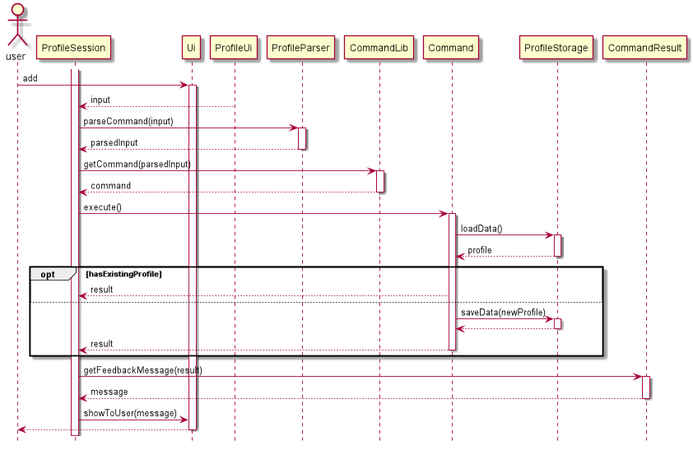
zsk612/tp keeps this PlantUML diagram as docs/pictures/khoa/AddProfile.png. Above is the earlier version. The source it was exported from:
```plantuml
@startuml
hide footbox

actor user
activate ProfileSession
user -> Ui++ : add
ProfileUi --> ProfileSession : input

ProfileSession -> ProfileParser ++ : parseCommand(input)
ProfileParser --> ProfileSession -- : parsedInput

ProfileSession -> CommandLib ++ : getCommand(parsedInput)
CommandLib --> ProfileSession -- : command

ProfileSession -> Command ++ : execute()
Command -> ProfileStorage ++ : loadData()
ProfileStorage --> Command -- : profile

opt hasExistingProfile
    Command --> ProfileSession : result
else
    Command -> ProfileStorage ++ : saveData(newProfile)
    ProfileStorage --> Command --
    Command --> ProfileSession -- : result
end

deactivate Command

ProfileSession -> CommandResult ++ : getFeedbackMessage(result)
CommandResult --> ProfileSession -- : message
ProfileSession -> Ui : showToUser(message)

Ui --> user
deactivate Ui
@enduml
```
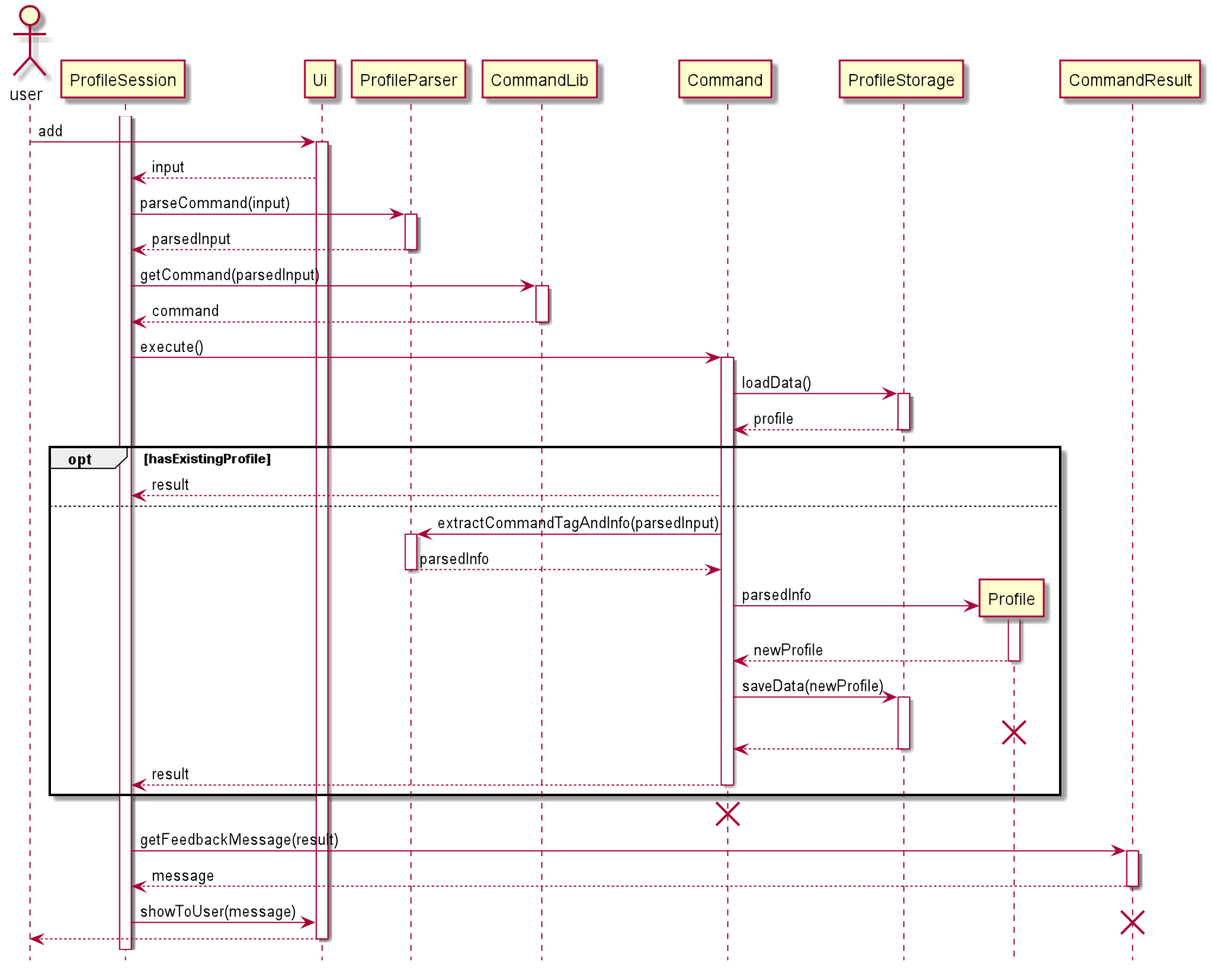
The same file after the commit.

Commit message:
Update view profile in DG

Change to the diagram source:
```diff
@@ -4,7 +4,7 @@
 actor user
 activate ProfileSession
 user -> Ui++ : add
-ProfileUi --> ProfileSession : input
+Ui --> ProfileSession : input
 
 ProfileSession -> ProfileParser ++ : parseCommand(input)
 ProfileParser --> ProfileSession -- : parsedInput
@@ -19,17 +19,25 @@
 opt hasExistingProfile
     Command --> ProfileSession : result
 else
+    Command -> ProfileParser ++ : extractCommandTagAndInfo(parsedInput)
+    ProfileParser --> Command -- : parsedInfo
+    Command -> Profile ** : parsedInfo
+    activate Profile
+    Profile --> Command -- : newProfile
     Command -> ProfileStorage ++ : saveData(newProfile)
+    destroy Profile
     ProfileStorage --> Command --
     Command --> ProfileSession -- : result
 end
 
 deactivate Command
+destroy Command
+
 
 ProfileSession -> CommandResult ++ : getFeedbackMessage(result)
 CommandResult --> ProfileSession -- : message
 ProfileSession -> Ui : showToUser(message)
-
+destroy CommandResult
 Ui --> user
 deactivate Ui
 @enduml
```
